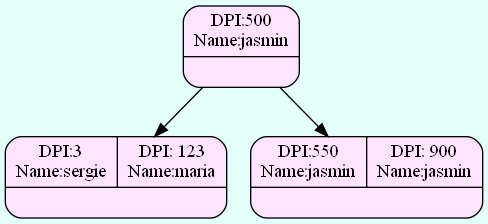
Before: FASE 2/Grafico/Admin_Btree_Clients.png, a diagram exported from Graphviz (Serch-ING/EDD_UDRAWING_202000119). Its source is kept beside it as FASE 2/Grafico/Admin_Btree_Clients.dot.
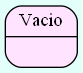
The same diagram one commit later.

The edit, as a diff of the source:
```diff
@@ -1,10 +1,6 @@
 digraph structs {
   bgcolor = "#E3FFFA"
  node [shape=Mrecord fillcolor="#FFE3FF" style =filled];
-struct1018473880[label="{{DPI:500\nName:jasmin}|<here>}"];
-struct810676208[label="{{DPI:3\nName:sergie|DPI: 123\nName:maria}|<here>}"];
-struct1482209435[label="{{DPI:550\nName:jasmin|DPI: 900\nName:jasmin}|<here>}"];
+struct1517940428[label="{{Vacio}|<here>}"];
 
-struct1018473880->struct810676208;
-struct1018473880->struct1482209435;
 }
```
